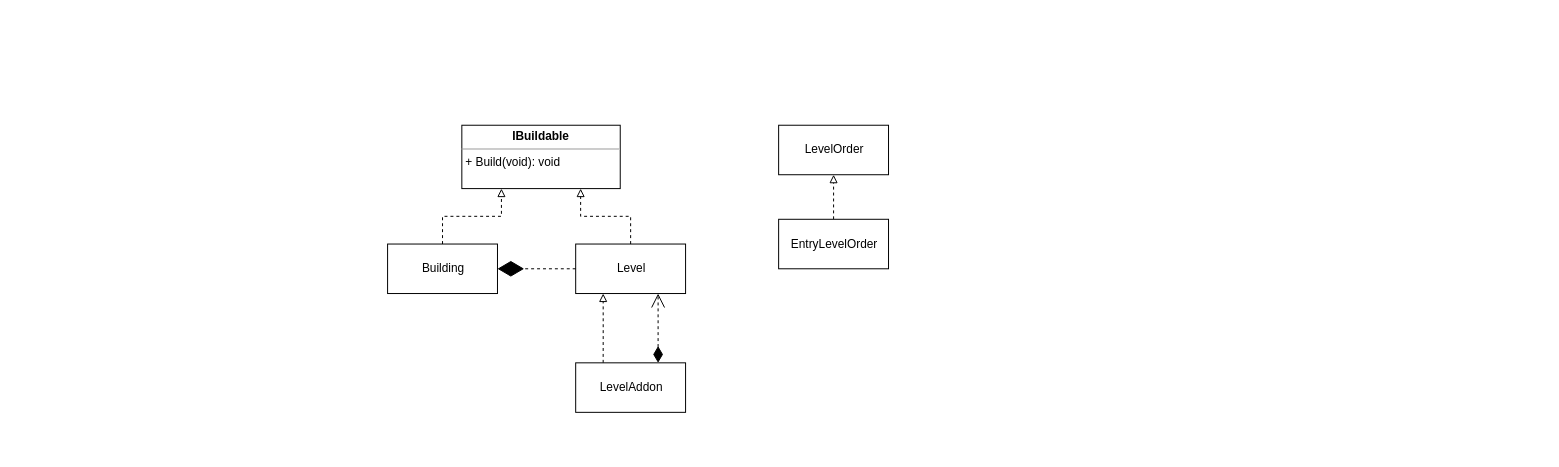
The draw.io diagram docs/class_architecture.drawio in mcwiet/building_design_challenge, before the edit. Source tidied: cells renumbered, new cells numbered last; positions are measured from the earlier drawing's top-left corner, leaving out a move shared by most shapes. Both pictures are drawn from the tidied source at 99%, with x=0, y=0 at pixel (387, 125).
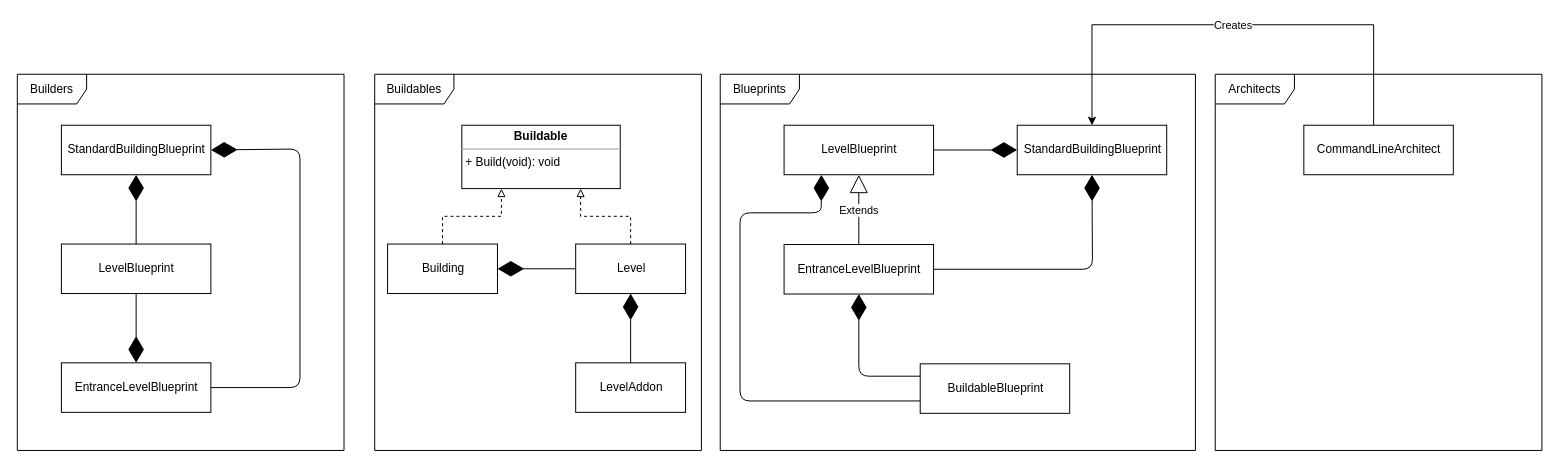
The same diagram, later.

Unchanged cells that the change refers to:
```xml
<mxCell id="3" value="Level" style="html=1;" parent="1" vertex="1">
  <mxGeometry x="190" y="120" width="111" height="50" as="geometry" />
</mxCell>
<mxCell id="5" value="LevelAddon" style="html=1;" parent="1" vertex="1">
  <mxGeometry x="190" y="240" width="111" height="50" as="geometry" />
</mxCell>
<mxCell id="9" value="Building" style="html=1;" parent="1" vertex="1">
  <mxGeometry y="120" width="111" height="50" as="geometry" />
</mxCell>
```

Change to the diagram source:
```diff
@@
+    <mxCell id="15" value="Buildables" style="shape=umlFrame;whiteSpace=wrap;html=1;width=80;height=30;" parent="1" vertex="1">
+      <mxGeometry x="-13" y="-51.5" width="330" height="380" as="geometry" />
+    </mxCell>
+    <mxCell id="16" value="Blueprints" style="shape=umlFrame;whiteSpace=wrap;html=1;width=80;height=30;" parent="1" vertex="1">
+      <mxGeometry x="336" y="-51.5" width="480" height="380" as="geometry" />
+    </mxCell>
+    <mxCell id="17" value="Architects" style="shape=umlFrame;whiteSpace=wrap;html=1;width=80;height=30;" parent="1" vertex="1">
+      <mxGeometry x="836" y="-51.5" width="330" height="380" as="geometry" />
+    </mxCell>
+    <mxCell id="18" value="Builders" style="shape=umlFrame;whiteSpace=wrap;html=1;width=70;height=30;" parent="1" vertex="1">
+      <mxGeometry x="-374" y="-51.5" width="330" height="380" as="geometry" />
+    </mxCell>
@@
-    <mxCell id="4" style="edgeStyle=orthogonalEdgeStyle;rounded=0;jettySize=auto;html=1;entryX=0.25;entryY=1;entryDx=0;entryDy=0;dashed=1;endArrow=block;endFill=0;exitX=0.25;exitY=0;exitDx=0;exitDy=0;" parent="1" edge="1" source="5" target="3">
-      <mxGeometry relative="1" as="geometry" />
-    </mxCell>
@@
-    <mxCell id="6" value="&lt;br&gt;" style="endArrow=open;html=1;endSize=12;startArrow=diamondThin;startSize=14;startFill=1;edgeStyle=orthogonalEdgeStyle;align=left;verticalAlign=bottom;dashed=1;exitX=0.75;exitY=0;exitDx=0;exitDy=0;entryX=0.75;entryY=1;entryDx=0;entryDy=0;rounded=0;" parent="1" edge="1" source="5" target="3">
-      <mxGeometry x="-0.86" y="-12" relative="1" as="geometry" />
-    </mxCell>
-    <mxCell id="7" value="&lt;p style=&quot;margin: 0px ; margin-top: 4px ; text-align: center&quot;&gt;&lt;b&gt;IBuildable&lt;/b&gt;&lt;/p&gt;&lt;hr size=&quot;1&quot;&gt;&lt;p style=&quot;margin: 0px ; margin-left: 4px&quot;&gt;+ Build(void): void&lt;/p&gt;" style="verticalAlign=top;align=left;overflow=fill;fontSize=12;fontFamily=Helvetica;html=1;" parent="1" vertex="1">
+    <mxCell id="7" value="&lt;p style=&quot;margin: 0px ; margin-top: 4px ; text-align: center&quot;&gt;&lt;b&gt;Buildable&lt;/b&gt;&lt;/p&gt;&lt;hr size=&quot;1&quot;&gt;&lt;p style=&quot;margin: 0px ; margin-left: 4px&quot;&gt;+ Build(void): void&lt;/p&gt;" style="verticalAlign=top;align=left;overflow=fill;fontSize=12;fontFamily=Helvetica;html=1;" parent="1" vertex="1">
       <mxGeometry x="75" width="160" height="64" as="geometry" />
     </mxCell>
@@
+    <mxCell id="19" value="EntranceLevelBlueprint" style="html=1;" parent="1" vertex="1">
+      <mxGeometry x="400.5" y="120.5" width="151" height="50" as="geometry" />
+    </mxCell>
+    <mxCell id="20" value="LevelBlueprint" style="html=1;" parent="1" vertex="1">
+      <mxGeometry x="400.5" width="151" height="50" as="geometry" />
+    </mxCell>
+    <mxCell id="21" value="StandardBuildingBlueprint" style="html=1;" parent="1" vertex="1">
+      <mxGeometry x="636" width="151" height="50" as="geometry" />
+    </mxCell>
+    <mxCell id="22" value="Creates" style="edgeStyle=orthogonalEdgeStyle;rounded=0;jettySize=auto;html=1;entryX=0.5;entryY=0;entryDx=0;entryDy=0;" parent="1" edge="1" source="23" target="21">
+      <mxGeometry relative="1" as="geometry">
+        <Array as="points">
+          <mxPoint x="996" y="-101.5" />
+          <mxPoint x="712" y="-101.5" />
+        </Array>
+      </mxGeometry>
+    </mxCell>
+    <mxCell id="23" value="CommandLineArchitect" style="html=1;" parent="1" vertex="1">
+      <mxGeometry x="925.5" width="151" height="50" as="geometry" />
+    </mxCell>
+    <mxCell id="24" style="endArrow=diamondThin;endFill=1;endSize=24;html=1;entryX=0.5;entryY=1;entryDx=0;entryDy=0;exitX=0.5;exitY=0;exitDx=0;exitDy=0;" parent="1" edge="1" source="5" target="3">
+      <mxGeometry relative="1" as="geometry" />
+    </mxCell>
-    <mxCell id="10" style="endArrow=diamondThin;endFill=1;endSize=24;html=1;dashed=1;entryX=1;entryY=0.5;entryDx=0;entryDy=0;exitX=0;exitY=0.5;exitDx=0;exitDy=0;" parent="1" edge="1" source="3" target="9">
+    <mxCell id="10" style="endArrow=diamondThin;endFill=1;endSize=24;html=1;entryX=1;entryY=0.5;entryDx=0;entryDy=0;exitX=0;exitY=0.5;exitDx=0;exitDy=0;" parent="1" edge="1" source="3" target="9">
       <mxGeometry relative="1" as="geometry" />
     </mxCell>
-    <mxCell id="11" value="LevelOrder" style="html=1;" parent="1" vertex="1">
-      <mxGeometry x="395" width="111" height="50" as="geometry" />
-    </mxCell>
-    <mxCell id="12" style="edgeStyle=orthogonalEdgeStyle;rounded=0;jettySize=auto;html=1;dashed=1;endArrow=block;endFill=0;strokeColor=none;comic=0;" parent="1" edge="1" target="11">
-      <mxGeometry relative="1" as="geometry">
-        <mxPoint x="695" y="32" as="sourcePoint" />
-      </mxGeometry>
-    </mxCell>
-    <mxCell id="13" style="edgeStyle=orthogonalEdgeStyle;rounded=0;jettySize=auto;html=1;entryX=0.5;entryY=1;entryDx=0;entryDy=0;dashed=1;endArrow=block;endFill=0;" parent="1" edge="1" source="14" target="11">
-      <mxGeometry relative="1" as="geometry" />
-    </mxCell>
-    <mxCell id="14" value="EntryLevelOrder" style="html=1;" parent="1" vertex="1">
-      <mxGeometry x="395" y="95" width="111" height="50" as="geometry" />
-    </mxCell>
+    <mxCell id="25" value="EntranceLevelBlueprint" style="html=1;" parent="1" vertex="1">
+      <mxGeometry x="-329.5" y="240" width="151" height="50" as="geometry" />
+    </mxCell>
+    <mxCell id="26" value="LevelBlueprint" style="html=1;" parent="1" vertex="1">
+      <mxGeometry x="-329.5" y="120" width="151" height="50" as="geometry" />
+    </mxCell>
+    <mxCell id="27" value="StandardBuildingBlueprint" style="html=1;" parent="1" vertex="1">
+      <mxGeometry x="-329.5" width="151" height="50" as="geometry" />
+    </mxCell>
+    <mxCell id="28" style="endArrow=diamondThin;endFill=1;endSize=24;html=1;entryX=0.5;entryY=1;entryDx=0;entryDy=0;exitX=0.5;exitY=0;exitDx=0;exitDy=0;" parent="1" edge="1" source="26" target="27">
+      <mxGeometry relative="1" as="geometry" />
+    </mxCell>
+    <mxCell id="29" style="endArrow=diamondThin;endFill=1;endSize=24;html=1;entryX=1;entryY=0.5;entryDx=0;entryDy=0;exitX=1;exitY=0.5;exitDx=0;exitDy=0;" parent="1" edge="1" source="25" target="27">
+      <mxGeometry relative="1" as="geometry">
+        <Array as="points">
+          <mxPoint x="-88.5" y="265" />
+          <mxPoint x="-88.5" y="24" />
+        </Array>
+      </mxGeometry>
+    </mxCell>
+    <mxCell id="30" style="endArrow=diamondThin;endFill=1;endSize=24;html=1;entryX=0.5;entryY=0;entryDx=0;entryDy=0;exitX=0.5;exitY=1;exitDx=0;exitDy=0;" parent="1" edge="1" source="26" target="25">
+      <mxGeometry relative="1" as="geometry" />
+    </mxCell>
+    <mxCell id="31" value="BuildableBlueprint" style="html=1;" parent="1" vertex="1">
+      <mxGeometry x="538" y="241" width="151" height="50" as="geometry" />
+    </mxCell>
+    <mxCell id="32" style="endArrow=diamondThin;endFill=1;endSize=24;html=1;entryX=0.25;entryY=1;entryDx=0;entryDy=0;exitX=0;exitY=0.75;exitDx=0;exitDy=0;" parent="1" edge="1" source="31" target="20">
+      <mxGeometry relative="1" as="geometry">
+        <Array as="points">
+          <mxPoint x="356" y="278.5" />
+          <mxPoint x="356" y="88.5" />
+          <mxPoint x="438" y="88.5" />
+        </Array>
+      </mxGeometry>
+    </mxCell>
+    <mxCell id="33" style="endArrow=diamondThin;endFill=1;endSize=24;html=1;entryX=0.5;entryY=1;entryDx=0;entryDy=0;exitX=0;exitY=0.25;exitDx=0;exitDy=0;" parent="1" edge="1" source="31" target="19">
+      <mxGeometry relative="1" as="geometry">
+        <Array as="points">
+          <mxPoint x="476" y="253.5" />
+        </Array>
+      </mxGeometry>
+    </mxCell>
+    <mxCell id="34" value="Extends" style="endArrow=block;endSize=16;endFill=0;html=1;exitX=0.5;exitY=0;exitDx=0;exitDy=0;" parent="1" edge="1" source="19" target="20">
+      <mxGeometry relative="1" as="geometry" />
+    </mxCell>
+    <mxCell id="35" style="endArrow=diamondThin;endFill=1;endSize=24;html=1;entryX=0;entryY=0.5;entryDx=0;entryDy=0;exitX=1;exitY=0.5;exitDx=0;exitDy=0;" parent="1" edge="1" source="20" target="21">
+      <mxGeometry relative="1" as="geometry" />
+    </mxCell>
+    <mxCell id="36" style="endArrow=diamondThin;endFill=1;endSize=24;html=1;entryX=0.5;entryY=1;entryDx=0;entryDy=0;exitX=1;exitY=0.5;exitDx=0;exitDy=0;" parent="1" edge="1" source="19" target="21">
+      <mxGeometry relative="1" as="geometry">
+        <Array as="points">
+          <mxPoint x="712" y="145.5" />
+        </Array>
+      </mxGeometry>
+    </mxCell>
```
